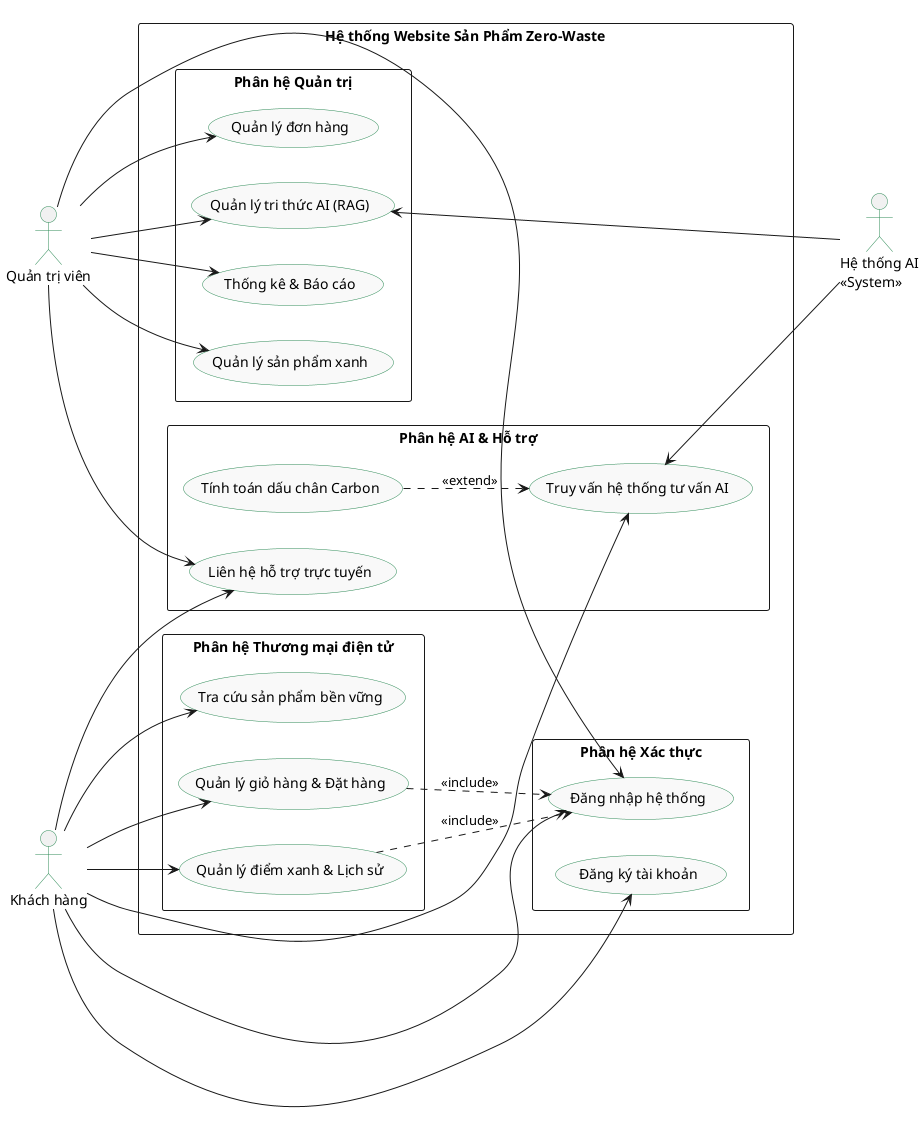
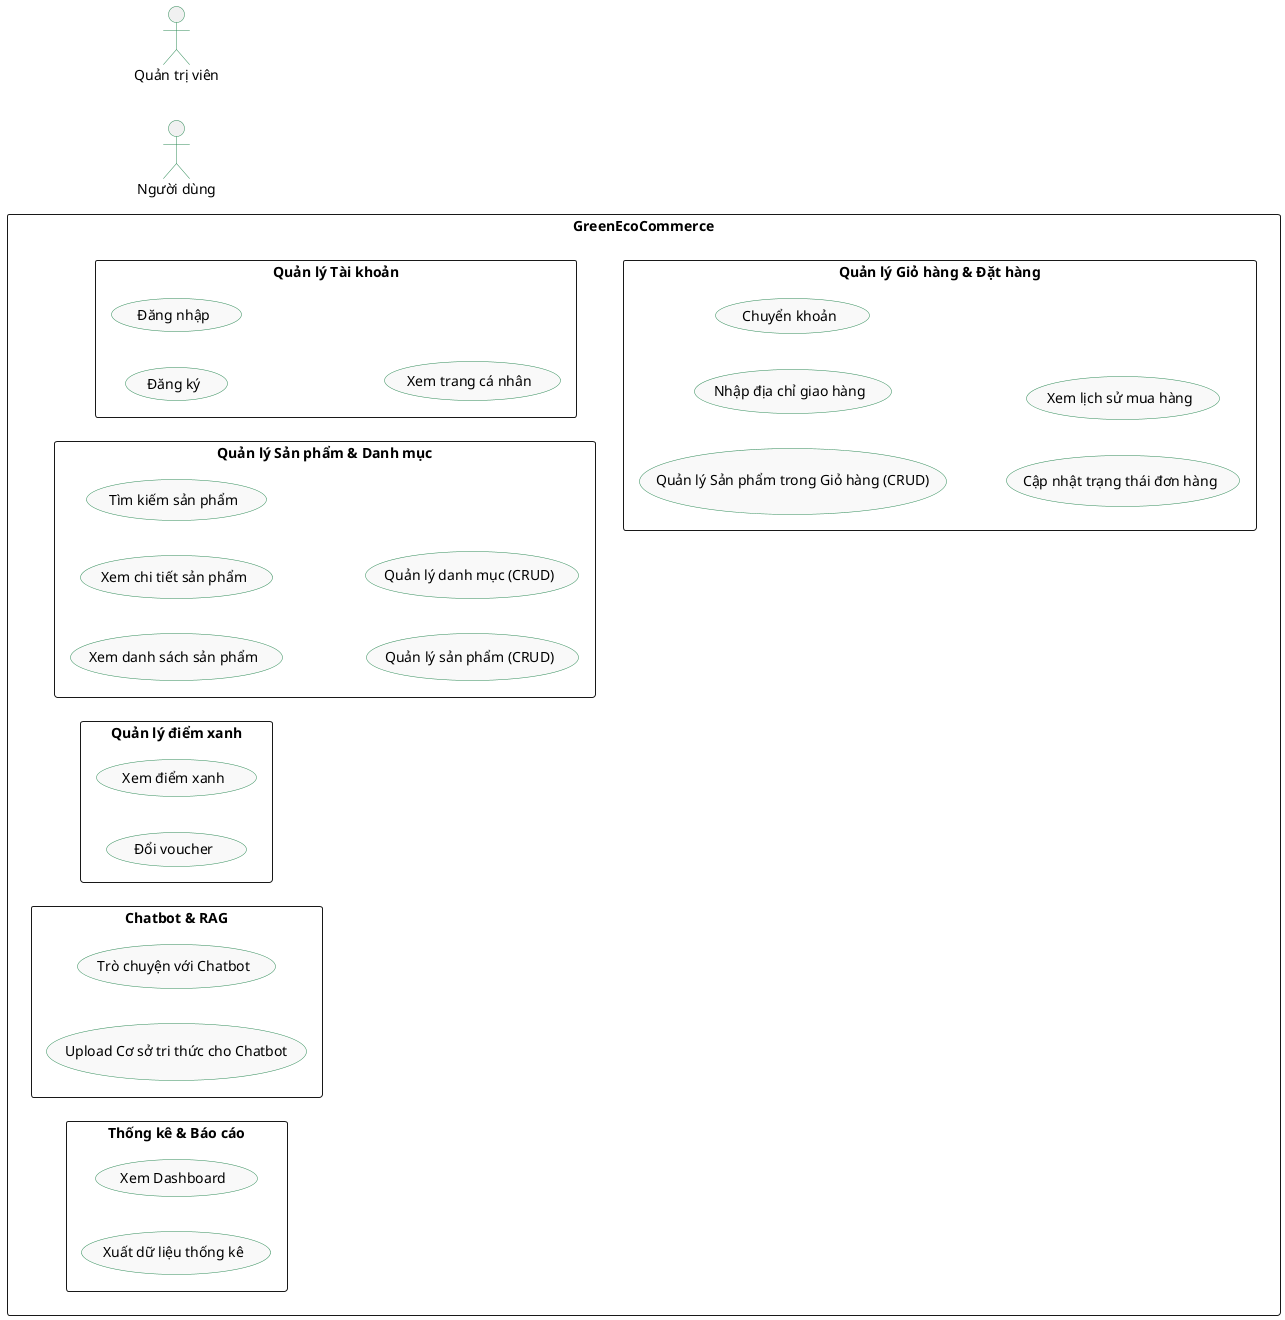
- ' @startuml GreenEcoCommerce_UseCase_Overview_v1.0.0
- ' left to right direction
- ' skinparam packageStyle rectangle
- 
- ' actor "Khách hàng (User)" as User
- ' actor "Quản trị viên (Admin)" as Admin
- ' actor "Hệ thống thứ 3 (AI/Map)" as System
- 
- ' rectangle "GreenEcoCommerce" {
- '   usecase "Đăng nhập / Đăng ký" as UC_Auth
- '   usecase "Xem & Tìm kiếm sản phẩm" as UC_ViewProd
- '   usecase "Quản lý giỏ hàng & Đặt hàng" as UC_CartOrder
- '   usecase "Tích điểm xanh & Đổi voucher" as UC_Reward
- '   usecase "Trò chuyện với Chatbot AI" as UC_Chat
- 
- '   usecase "Quản lý sản phẩm & Danh mục" as UC_ManageProd
- '   usecase "Quản lý đơn hàng" as UC_ManageOrder
- '   usecase "Quản lý tài liệu RAG" as UC_ManageRAG
- '   usecase "Xem Thống kê (Dashboard)" as UC_Dashboard
- ' }
- 
- ' User --> UC_Auth
- ' User --> UC_ViewProd
- ' User --> UC_CartOrder
- ' User --> UC_Reward
- ' User --> UC_Chat
- 
- ' Admin --> UC_Auth
- ' Admin --> UC_ManageProd
- ' Admin --> UC_ManageOrder
- ' Admin --> UC_ManageRAG
- ' Admin --> UC_Dashboard
- 
- ' UC_CartOrder --> System : Google Map API
- ' UC_Chat --> System : OpenAI/Gemini API
- ' @enduml
- 
- // ver 2
- @startuml GreenEcoCommerce_Academic_Final
+ @startuml GreenEcoCommerce_UseCase_Overview_v1.1.0
left to right direction
skinparam packageStyle rectangle
skinparam UseCaseBackgroundColor #F9F9F9
skinparam UseCaseBorderColor #2E8B57
skinparam ActorBorderColor #2E8B57

- actor "Khách hàng" as User
+ actor "Người dùng" as User
actor "Quản trị viên" as Admin
- actor "Hệ thống AI\n<<System>>" as AI

- rectangle "Hệ thống Website Sản Phẩm Zero-Waste" {
+ rectangle "GreenEcoCommerce" {

-     package "Phân hệ Xác thực" {
-         usecase "Đăng ký tài khoản" as UC_Reg
-         usecase "Đăng nhập hệ thống" as UC_Login
-     }
+   package "Quản lý Tài khoản" {
+     usecase "Đăng ký" as UC_Reg
+     usecase "Đăng nhập" as UC_Login
+     usecase "Xem trang cá nhân" as UC_ViewResume
+   }

-     package "Phân hệ Thương mại điện tử" {
-         usecase "Tra cứu sản phẩm bền vững" as UC_Browse
-         usecase "Quản lý giỏ hàng & Đặt hàng" as UC_Order
-         usecase "Quản lý điểm xanh & Lịch sử" as UC_Point
-     }
+   package "Quản lý Sản phẩm & Danh mục" {
+     usecase "Xem danh sách sản phẩm" as UC_ViewListProduct
+     usecase "Xem chi tiết sản phẩm" as UC_ViewDetailProduct
+     usecase "Tìm kiếm sản phẩm" as UC_SearchProduct
+     usecase "Quản lý sản phẩm (CRUD)" as UC_ManageProduct
+     usecase "Quản lý danh mục (CRUD)" as UC_ManageCategory
+   }

-     package "Phân hệ AI & Hỗ trợ" {
-         ' thay đổi tên UC "Trò chuyện với Chatbot AI" thành "Truy vấn hệ thống tư vấn AI"
-         usecase "Truy vấn hệ thống tư vấn AI" as UC_AIConsult
-         usecase "Tính toán dấu chân Carbon" as UC_Carbon
-         ' thêm chức năng liên hệ hỗ trợ trực tuyến để admin và user có thể trao đổi trực tiếp khi cần thiết
-         usecase "Liên hệ hỗ trợ trực tuyến" as UC_Support
-     }
+   package "Quản lý Giỏ hàng & Đặt hàng" {
+     usecase "Quản lý Sản phẩm trong Giỏ hàng (CRUD)" as UC_ManageProductCategory
+     usecase "Nhập địa chỉ giao hàng" as UC_ProvideAddress
+     usecase "Chuyển khoản" as UC_Transfer
+     usecase "Cập nhật trạng thái đơn hàng" as UC_UpdateOrderStatus
+     usecase "Xem lịch sử mua hàng" as UC_ViewOrderHistory
+   }

-     package "Phân hệ Quản trị" {
-         usecase "Quản lý sản phẩm xanh" as UC_M_Prod
-         usecase "Quản lý đơn hàng" as UC_M_Order
-         usecase "Quản lý tri thức AI (RAG)" as UC_M_RAG
-         usecase "Thống kê & Báo cáo" as UC_Report
-     }
+   package "Quản lý điểm xanh" {
+     usecase "Xem điểm xanh" as UC_ViewGreenPoint
+     usecase "Đổi voucher" as UC_ExchangeVoucher
+   }
+ 
+   package "Chatbot & RAG" {
+     usecase "Trò chuyện với Chatbot" as UC_CommunicateChatbot
+     usecase "Upload Cơ sở tri thức cho Chatbot" as UC_UploadKnowledgeBaseDocument
+   }
+ 
+   package "Thống kê & Báo cáo" {
+     usecase "Xem Dashboard" as UC_ViewDashboard
+     usecase "Xuất dữ liệu thống kê" as UC_ExportDataFile
+   }
+ 
}

- ' -----------------------------------
- ' KẾT NỐI CỦA KHÁCH HÀNG (USER)
- ' -----------------------------------
- User --> UC_Reg
- User --> UC_Login
- User --> UC_Browse
- User --> UC_Order
- User --> UC_Point
- User --> UC_AIConsult
- User --> UC_Support

- ' -----------------------------------
- ' KẾT NỐI CỦA QUẢN TRỊ VIÊN (ADMIN)
- ' -----------------------------------
- Admin --> UC_Login
- Admin --> UC_M_Prod
- Admin --> UC_M_Order
- Admin --> UC_M_RAG
- Admin --> UC_Report
- Admin --> UC_Support
- 
- ' -----------------------------------
- ' QUAN HỆ INCLUDE & EXTEND CHUẨN MỰC
- ' -----------------------------------
- ' Bắt buộc đăng nhập để mua hàng và xem điểm
- UC_Order ..> UC_Login : <<include>>
- UC_Point ..> UC_Login : <<include>>
- 
- ' Tính toán Carbon là một luồng mở rộng khi chat với AI
- UC_Carbon ..> UC_AIConsult : <<extend>>
- 
- ' -----------------------------------
- ' KẾT NỐI VỚI HỆ THỐNG AI BÊN THỨ 3
- ' -----------------------------------
- UC_AIConsult <-- AI
- UC_M_RAG <-- AI

@enduml
